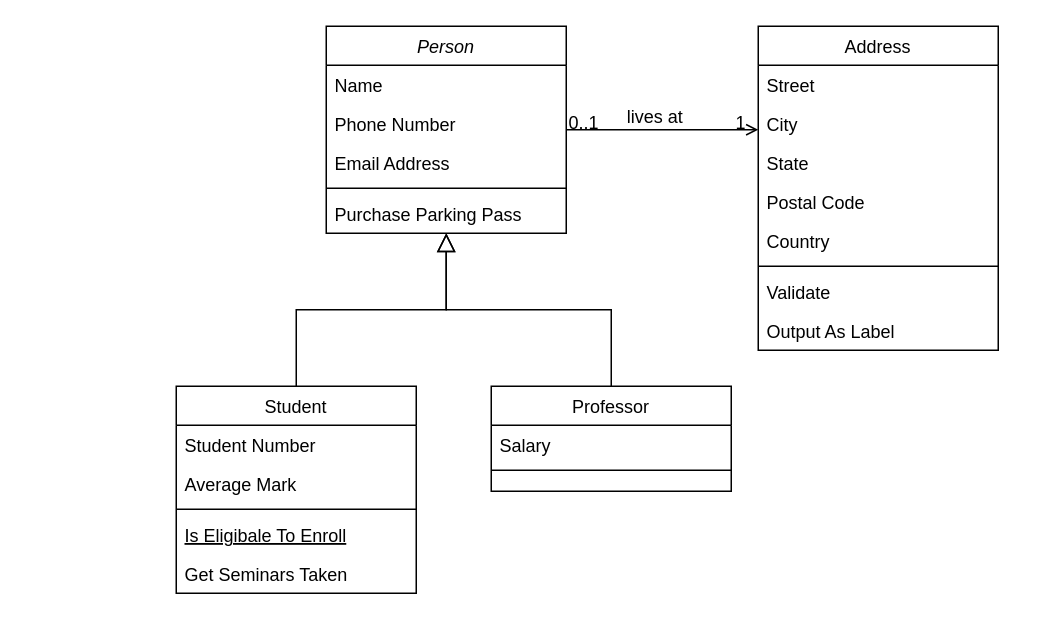
Before: Untitled Diagram.drawio in MortenGitKonto/vali-it-project, a draw.io diagram. Source tidied: cells renumbered, new cells numbered last; positions are measured from the earlier drawing's top-left corner, leaving out a move shared by most shapes. Both pictures are drawn from the tidied source at 150%, with x=0, y=0 at pixel (176, 26).
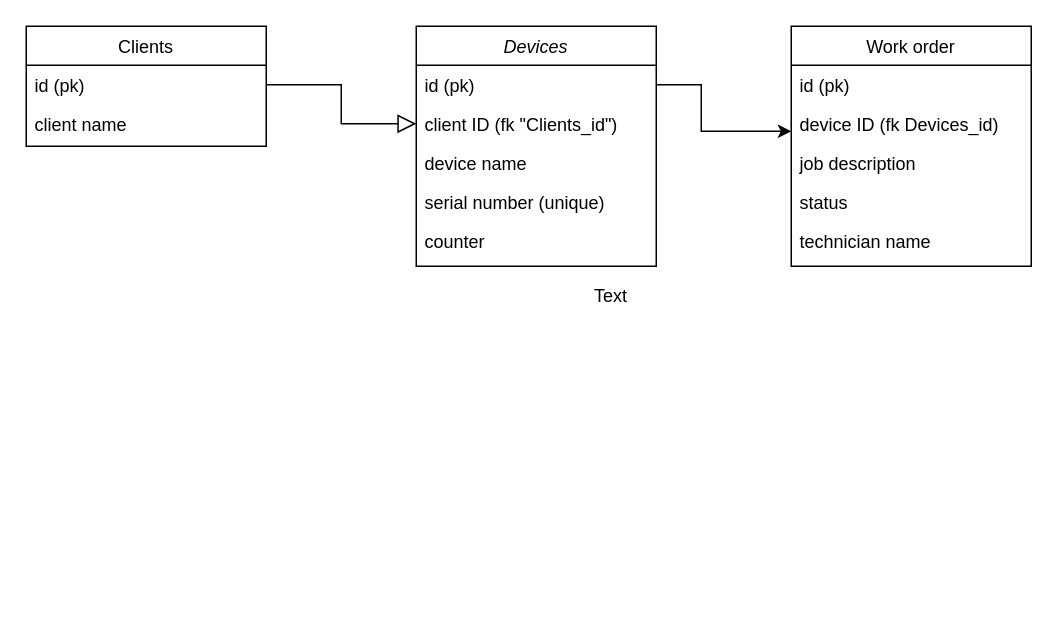
The same page after the edit.

Diff of the diagram source:
```diff
@@
+    <mxCell id="14" style="endArrow=block;endSize=10;endFill=0;shadow=0;strokeWidth=1;rounded=0;edgeStyle=elbowEdgeStyle;elbow=vertical;entryX=0;entryY=0.5;entryDx=0;entryDy=0;exitX=1;exitY=0.5;exitDx=0;exitDy=0;" parent="1" edge="1" source="9" target="4">
+      <mxGeometry relative="1" as="geometry" />
+    </mxCell>
-    <mxCell id="2" value="Person" style="swimlane;fontStyle=2;align=center;verticalAlign=top;horizontal=1;startSize=26;rounded=0;shadow=0;strokeWidth=1;" parent="1" vertex="1">
-      <mxGeometry x="100" width="160" height="138" as="geometry" />
+    <mxCell id="2" value="Devices" style="swimlane;fontStyle=2;align=center;verticalAlign=top;horizontal=1;startSize=26;rounded=0;shadow=0;strokeWidth=1;" parent="1" vertex="1">
+      <mxGeometry x="160" width="160" height="160" as="geometry" />
     </mxCell>
-    <mxCell id="3" value="Name" style="text;align=left;verticalAlign=top;spacingLeft=4;spacingRight=4;overflow=hidden;points=[[0,0.5],[1,0.5]];portConstraint=eastwest;" parent="2" vertex="1">
+    <mxCell id="3" value="id (pk)" style="text;align=left;verticalAlign=top;spacingLeft=4;spacingRight=4;overflow=hidden;points=[[0,0.5],[1,0.5]];portConstraint=eastwest;" parent="2" vertex="1">
       <mxGeometry y="26" width="160" height="26" as="geometry" />
     </mxCell>
-    <mxCell id="4" value="Phone Number" style="text;align=left;verticalAlign=top;spacingLeft=4;spacingRight=4;overflow=hidden;points=[[0,0.5],[1,0.5]];portConstraint=eastwest;rounded=0;shadow=0;html=0;" parent="2" vertex="1">
+    <mxCell id="4" value="client ID (fk &quot;Clients_id&quot;)" style="text;align=left;verticalAlign=top;spacingLeft=4;spacingRight=4;overflow=hidden;points=[[0,0.5],[1,0.5]];portConstraint=eastwest;rounded=0;shadow=0;html=0;" parent="2" vertex="1">
       <mxGeometry y="52" width="160" height="26" as="geometry" />
     </mxCell>
-    <mxCell id="5" value="Email Address" style="text;align=left;verticalAlign=top;spacingLeft=4;spacingRight=4;overflow=hidden;rounded=0;shadow=0;html=0;" parent="2" vertex="1">
+    <mxCell id="5" value="device name" style="text;align=left;verticalAlign=top;spacingLeft=4;spacingRight=4;overflow=hidden;rounded=0;shadow=0;html=0;" parent="2" vertex="1">
       <mxGeometry y="78" width="160" height="26" as="geometry" />
     </mxCell>
-    <mxCell id="6" style="line;html=1;strokeWidth=1;align=left;verticalAlign=middle;spacingTop=-1;spacingLeft=3;spacingRight=3;labelPosition=right;" parent="2" vertex="1">
-      <mxGeometry y="104" width="160" height="8" as="geometry" />
-    </mxCell>
-    <mxCell id="7" value="Purchase Parking Pass" style="text;align=left;verticalAlign=top;spacingLeft=4;spacingRight=4;overflow=hidden;" parent="2" vertex="1">
-      <mxGeometry y="112" width="160" height="26" as="geometry" />
+    <mxCell id="7" value="serial number (unique)" style="text;align=left;verticalAlign=top;spacingLeft=4;spacingRight=4;overflow=hidden;" parent="2" vertex="1">
+      <mxGeometry y="104" width="160" height="26" as="geometry" />
     </mxCell>
+    <mxCell id="32" value="counter" style="text;align=left;verticalAlign=top;spacingLeft=4;spacingRight=4;overflow=hidden;" parent="2" vertex="1">
+      <mxGeometry y="130" width="160" height="26" as="geometry" />
+    </mxCell>
-    <mxCell id="8" value="Student" style="swimlane;fontStyle=0;align=center;verticalAlign=top;horizontal=1;startSize=26;rounded=0;shadow=0;strokeWidth=1;" parent="1" vertex="1">
-      <mxGeometry y="240" width="160" height="138" as="geometry" />
+    <mxCell id="8" value="Clients" style="swimlane;fontStyle=0;align=center;verticalAlign=top;horizontal=1;startSize=26;rounded=0;shadow=0;strokeWidth=1;" parent="1" vertex="1">
+      <mxGeometry x="-100" width="160" height="80" as="geometry" />
     </mxCell>
-    <mxCell id="9" value="Student Number" style="text;align=left;verticalAlign=top;spacingLeft=4;spacingRight=4;overflow=hidden;points=[[0,0.5],[1,0.5]];portConstraint=eastwest;" parent="8" vertex="1">
+    <mxCell id="9" value="id (pk)" style="text;align=left;verticalAlign=top;spacingLeft=4;spacingRight=4;overflow=hidden;points=[[0,0.5],[1,0.5]];portConstraint=eastwest;" parent="8" vertex="1">
       <mxGeometry y="26" width="160" height="26" as="geometry" />
     </mxCell>
-    <mxCell id="10" value="Average Mark" style="text;align=left;verticalAlign=top;spacingLeft=4;spacingRight=4;overflow=hidden;rounded=0;shadow=0;html=0;" parent="8" vertex="1">
+    <mxCell id="10" value="client name" style="text;align=left;verticalAlign=top;spacingLeft=4;spacingRight=4;overflow=hidden;rounded=0;shadow=0;html=0;" parent="8" vertex="1">
       <mxGeometry y="52" width="160" height="26" as="geometry" />
     </mxCell>
-    <mxCell id="11" style="line;html=1;strokeWidth=1;align=left;verticalAlign=middle;spacingTop=-1;spacingLeft=3;spacingRight=3;labelPosition=right;" parent="8" vertex="1">
-      <mxGeometry y="78" width="160" height="8" as="geometry" />
-    </mxCell>
-    <mxCell id="12" value="Is Eligibale To Enroll" style="text;align=left;verticalAlign=top;spacingLeft=4;spacingRight=4;overflow=hidden;fontStyle=4;" parent="8" vertex="1">
-      <mxGeometry y="86" width="160" height="26" as="geometry" />
-    </mxCell>
-    <mxCell id="13" value="Get Seminars Taken" style="text;align=left;verticalAlign=top;spacingLeft=4;spacingRight=4;overflow=hidden;" parent="8" vertex="1">
-      <mxGeometry y="112" width="160" height="26" as="geometry" />
-    </mxCell>
-    <mxCell id="14" style="endArrow=block;endSize=10;endFill=0;shadow=0;strokeWidth=1;rounded=0;edgeStyle=elbowEdgeStyle;elbow=vertical;" parent="1" edge="1" source="8" target="2">
-      <mxGeometry relative="1" as="geometry" />
-    </mxCell>
-    <mxCell id="15" value="Professor" style="swimlane;fontStyle=0;align=center;verticalAlign=top;horizontal=1;startSize=26;rounded=0;shadow=0;strokeWidth=1;" parent="1" vertex="1">
-      <mxGeometry x="210" y="240" width="160" height="70" as="geometry" />
-    </mxCell>
-    <mxCell id="16" value="Salary" style="text;align=left;verticalAlign=top;spacingLeft=4;spacingRight=4;overflow=hidden;" parent="15" vertex="1">
-      <mxGeometry y="26" width="160" height="26" as="geometry" />
-    </mxCell>
-    <mxCell id="17" style="line;html=1;strokeWidth=1;align=left;verticalAlign=middle;spacingTop=-1;spacingLeft=3;spacingRight=3;labelPosition=right;" parent="15" vertex="1">
-      <mxGeometry y="52" width="160" height="8" as="geometry" />
-    </mxCell>
-    <mxCell id="18" style="endArrow=block;endSize=10;endFill=0;shadow=0;strokeWidth=1;rounded=0;edgeStyle=elbowEdgeStyle;elbow=vertical;" parent="1" edge="1" source="15" target="2">
-      <mxGeometry relative="1" as="geometry" />
-    </mxCell>
+    <mxCell id="33" style="edgeStyle=orthogonalEdgeStyle;rounded=0;jettySize=auto;html=1;exitX=1;exitY=0.5;exitDx=0;exitDy=0;" parent="1" edge="1" source="3">
+      <mxGeometry relative="1" as="geometry">
+        <mxPoint x="410" y="70" as="targetPoint" />
+        <Array as="points">
+          <mxPoint x="350" y="39" />
+          <mxPoint x="350" y="70" />
+        </Array>
+      </mxGeometry>
+    </mxCell>
-    <mxCell id="19" value="Address" style="swimlane;fontStyle=0;align=center;verticalAlign=top;horizontal=1;startSize=26;rounded=0;shadow=0;strokeWidth=1;" parent="1" vertex="1">
-      <mxGeometry x="388" width="160" height="216" as="geometry" />
+    <mxCell id="19" value="Work order" style="swimlane;fontStyle=0;align=center;verticalAlign=top;horizontal=1;startSize=26;rounded=0;shadow=0;strokeWidth=1;" parent="1" vertex="1">
+      <mxGeometry x="410" width="160" height="160" as="geometry" />
     </mxCell>
-    <mxCell id="20" value="Street" style="text;align=left;verticalAlign=top;spacingLeft=4;spacingRight=4;overflow=hidden;" parent="19" vertex="1">
+    <mxCell id="20" value="id (pk)" style="text;align=left;verticalAlign=top;spacingLeft=4;spacingRight=4;overflow=hidden;" parent="19" vertex="1">
       <mxGeometry y="26" width="160" height="26" as="geometry" />
     </mxCell>
-    <mxCell id="21" value="City" style="text;align=left;verticalAlign=top;spacingLeft=4;spacingRight=4;overflow=hidden;rounded=0;shadow=0;html=0;" parent="19" vertex="1">
+    <mxCell id="21" value="device ID (fk Devices_id)" style="text;align=left;verticalAlign=top;spacingLeft=4;spacingRight=4;overflow=hidden;rounded=0;shadow=0;html=0;" parent="19" vertex="1">
       <mxGeometry y="52" width="160" height="26" as="geometry" />
     </mxCell>
-    <mxCell id="22" value="State" style="text;align=left;verticalAlign=top;spacingLeft=4;spacingRight=4;overflow=hidden;rounded=0;shadow=0;html=0;" parent="19" vertex="1">
+    <mxCell id="22" value="job description" style="text;align=left;verticalAlign=top;spacingLeft=4;spacingRight=4;overflow=hidden;rounded=0;shadow=0;html=0;" parent="19" vertex="1">
       <mxGeometry y="78" width="160" height="26" as="geometry" />
     </mxCell>
-    <mxCell id="23" value="Postal Code" style="text;align=left;verticalAlign=top;spacingLeft=4;spacingRight=4;overflow=hidden;rounded=0;shadow=0;html=0;" parent="19" vertex="1">
+    <mxCell id="23" value="status" style="text;align=left;verticalAlign=top;spacingLeft=4;spacingRight=4;overflow=hidden;rounded=0;shadow=0;html=0;" parent="19" vertex="1">
       <mxGeometry y="104" width="160" height="26" as="geometry" />
     </mxCell>
-    <mxCell id="24" value="Country" style="text;align=left;verticalAlign=top;spacingLeft=4;spacingRight=4;overflow=hidden;rounded=0;shadow=0;html=0;" parent="19" vertex="1">
+    <mxCell id="24" value="technician name" style="text;align=left;verticalAlign=top;spacingLeft=4;spacingRight=4;overflow=hidden;rounded=0;shadow=0;html=0;" parent="19" vertex="1">
       <mxGeometry y="130" width="160" height="26" as="geometry" />
     </mxCell>
-    <mxCell id="25" style="line;html=1;strokeWidth=1;align=left;verticalAlign=middle;spacingTop=-1;spacingLeft=3;spacingRight=3;labelPosition=right;" parent="19" vertex="1">
-      <mxGeometry y="156" width="160" height="8" as="geometry" />
-    </mxCell>
-    <mxCell id="26" value="Validate" style="text;align=left;verticalAlign=top;spacingLeft=4;spacingRight=4;overflow=hidden;" parent="19" vertex="1">
-      <mxGeometry y="164" width="160" height="26" as="geometry" />
-    </mxCell>
-    <mxCell id="27" value="Output As Label" style="text;align=left;verticalAlign=top;spacingLeft=4;spacingRight=4;overflow=hidden;" parent="19" vertex="1">
-      <mxGeometry y="190" width="160" height="26" as="geometry" />
-    </mxCell>
-    <mxCell id="28" style="endArrow=open;shadow=0;strokeWidth=1;rounded=0;endFill=1;edgeStyle=elbowEdgeStyle;elbow=vertical;" parent="1" edge="1" source="2" target="19">
-      <mxGeometry x="0.5" y="41" relative="1" as="geometry">
-        <mxPoint x="-40" y="32" as="offset" />
-      </mxGeometry>
-    </mxCell>
-    <mxCell id="29" value="0..1" style="align=left;verticalAlign=bottom;labelBackgroundColor=none;fontSize=12;" parent="28" vertex="1">
-      <mxGeometry x="-1" relative="1" as="geometry">
-        <mxPoint y="4" as="offset" />
-      </mxGeometry>
-    </mxCell>
-    <mxCell id="30" value="1" style="align=right;verticalAlign=bottom;labelBackgroundColor=none;fontSize=12;" parent="28" vertex="1">
-      <mxGeometry x="1" relative="1" as="geometry">
-        <mxPoint x="-7" y="4" as="offset" />
-      </mxGeometry>
-    </mxCell>
-    <mxCell id="31" value="lives at" style="text;html=1;align=center;verticalAlign=middle;labelBackgroundColor=none;rounded=0;shadow=0;strokeWidth=1;fontSize=12;" parent="28" vertex="1">
-      <mxGeometry x="0.5" y="49" relative="1" as="geometry">
-        <mxPoint x="-38" y="40" as="offset" />
-      </mxGeometry>
-    </mxCell>
+    <mxCell id="34" value="Text" style="text;html=1;strokeColor=none;fillColor=none;align=center;verticalAlign=middle;whiteSpace=wrap;rounded=0;" parent="1" vertex="1">
+      <mxGeometry x="270" y="170" width="40" height="20" as="geometry" />
+    </mxCell>
```
